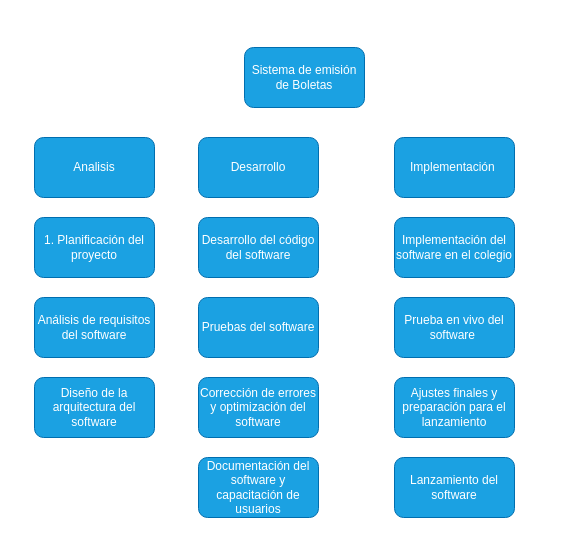
Before: dg_edt.drawio in JonaNomas/diagramas, a draw.io diagram. Source tidied: cells renumbered, new cells numbered last; positions are measured from the earlier drawing's top-left corner, leaving out a move shared by most shapes. Both pictures are drawn from the tidied source at 100%, with x=0, y=0 at pixel (34, 47).
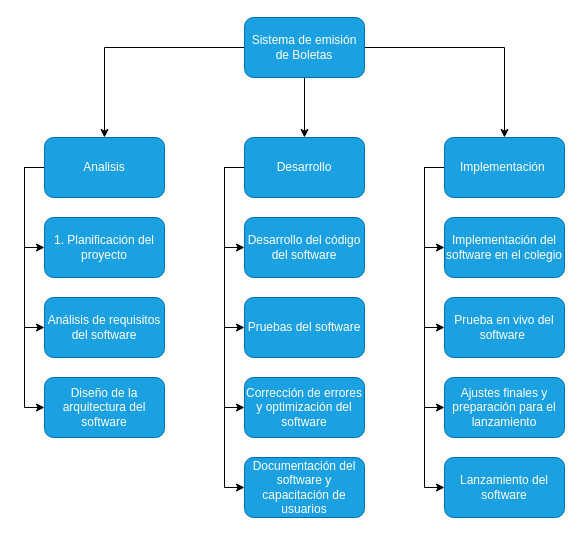
The same diagram, later.

The edit, as a diff of the source:
```diff
@@
+    <mxCell id="17" style="edgeStyle=orthogonalEdgeStyle;rounded=0;jettySize=auto;html=1;" parent="1" edge="1" source="2" target="4">
+      <mxGeometry relative="1" as="geometry" />
+    </mxCell>
+    <mxCell id="18" style="edgeStyle=orthogonalEdgeStyle;rounded=0;jettySize=auto;html=1;entryX=0.5;entryY=0;entryDx=0;entryDy=0;" parent="1" edge="1" source="2" target="3">
+      <mxGeometry relative="1" as="geometry" />
+    </mxCell>
+    <mxCell id="19" style="edgeStyle=orthogonalEdgeStyle;rounded=0;jettySize=auto;html=1;" parent="1" edge="1" source="2" target="5">
+      <mxGeometry relative="1" as="geometry" />
+    </mxCell>
     <mxCell id="2" value="Sistema de emisión&lt;br&gt;de Boletas" style="rounded=1;whiteSpace=wrap;html=1;fillColor=#1ba1e2;fontColor=#ffffff;strokeColor=#006EAF;" parent="1" vertex="1">
-      <mxGeometry x="210" width="120" height="60" as="geometry" />
+      <mxGeometry x="210" y="-30" width="120" height="60" as="geometry" />
     </mxCell>
+    <mxCell id="20" style="edgeStyle=orthogonalEdgeStyle;rounded=0;jettySize=auto;html=1;entryX=0;entryY=0.5;entryDx=0;entryDy=0;exitX=0;exitY=0.5;exitDx=0;exitDy=0;" parent="1" edge="1" source="3" target="8">
+      <mxGeometry relative="1" as="geometry" />
+    </mxCell>
+    <mxCell id="21" style="edgeStyle=orthogonalEdgeStyle;rounded=0;jettySize=auto;html=1;entryX=0;entryY=0.5;entryDx=0;entryDy=0;exitX=0;exitY=0.5;exitDx=0;exitDy=0;" parent="1" edge="1" source="3" target="9">
+      <mxGeometry relative="1" as="geometry" />
+    </mxCell>
+    <mxCell id="22" style="edgeStyle=orthogonalEdgeStyle;rounded=0;jettySize=auto;html=1;entryX=0;entryY=0.5;entryDx=0;entryDy=0;exitX=0;exitY=0.5;exitDx=0;exitDy=0;" parent="1" edge="1" source="3" target="10">
+      <mxGeometry relative="1" as="geometry" />
+    </mxCell>
+    <mxCell id="23" style="edgeStyle=orthogonalEdgeStyle;rounded=0;jettySize=auto;html=1;entryX=0;entryY=0.5;entryDx=0;entryDy=0;exitX=0;exitY=0.5;exitDx=0;exitDy=0;" parent="1" edge="1" source="3" target="12">
+      <mxGeometry relative="1" as="geometry" />
+    </mxCell>
     <mxCell id="3" value="Desarrollo" style="rounded=1;whiteSpace=wrap;html=1;fillColor=#1ba1e2;fontColor=#ffffff;strokeColor=#006EAF;" parent="1" vertex="1">
-      <mxGeometry x="164" y="90" width="120" height="60" as="geometry" />
+      <mxGeometry x="210" y="90" width="120" height="60" as="geometry" />
     </mxCell>
+    <mxCell id="24" style="edgeStyle=orthogonalEdgeStyle;rounded=0;jettySize=auto;html=1;entryX=0;entryY=0.5;entryDx=0;entryDy=0;exitX=0;exitY=0.5;exitDx=0;exitDy=0;" parent="1" edge="1" source="4" target="6">
+      <mxGeometry relative="1" as="geometry" />
+    </mxCell>
+    <mxCell id="25" style="edgeStyle=orthogonalEdgeStyle;rounded=0;jettySize=auto;html=1;entryX=0;entryY=0.5;entryDx=0;entryDy=0;exitX=0;exitY=0.5;exitDx=0;exitDy=0;" parent="1" edge="1" source="4" target="7">
+      <mxGeometry relative="1" as="geometry" />
+    </mxCell>
+    <mxCell id="26" style="edgeStyle=orthogonalEdgeStyle;rounded=0;jettySize=auto;html=1;entryX=0;entryY=0.5;entryDx=0;entryDy=0;exitX=0;exitY=0.5;exitDx=0;exitDy=0;" parent="1" edge="1" source="4" target="11">
+      <mxGeometry relative="1" as="geometry" />
+    </mxCell>
     <mxCell id="4" value="Analisis" style="rounded=1;whiteSpace=wrap;html=1;fillColor=#1ba1e2;fontColor=#ffffff;strokeColor=#006EAF;" parent="1" vertex="1">
-      <mxGeometry y="90" width="120" height="60" as="geometry" />
+      <mxGeometry x="10" y="90" width="120" height="60" as="geometry" />
     </mxCell>
+    <mxCell id="27" style="edgeStyle=orthogonalEdgeStyle;rounded=0;jettySize=auto;html=1;entryX=0;entryY=0.5;entryDx=0;entryDy=0;exitX=0;exitY=0.5;exitDx=0;exitDy=0;" parent="1" edge="1" source="5" target="13">
+      <mxGeometry relative="1" as="geometry" />
+    </mxCell>
+    <mxCell id="28" style="edgeStyle=orthogonalEdgeStyle;rounded=0;jettySize=auto;html=1;entryX=0;entryY=0.5;entryDx=0;entryDy=0;exitX=0;exitY=0.5;exitDx=0;exitDy=0;" parent="1" edge="1" source="5" target="14">
+      <mxGeometry relative="1" as="geometry" />
+    </mxCell>
+    <mxCell id="29" style="edgeStyle=orthogonalEdgeStyle;rounded=0;jettySize=auto;html=1;entryX=0;entryY=0.5;entryDx=0;entryDy=0;exitX=0;exitY=0.5;exitDx=0;exitDy=0;" parent="1" edge="1" source="5" target="15">
+      <mxGeometry relative="1" as="geometry" />
+    </mxCell>
+    <mxCell id="30" style="edgeStyle=orthogonalEdgeStyle;rounded=0;jettySize=auto;html=1;entryX=0;entryY=0.5;entryDx=0;entryDy=0;exitX=0;exitY=0.5;exitDx=0;exitDy=0;" parent="1" edge="1" source="5" target="16">
+      <mxGeometry relative="1" as="geometry" />
+    </mxCell>
     <mxCell id="5" value="Implementación&amp;nbsp;" style="rounded=1;whiteSpace=wrap;html=1;fillColor=#1ba1e2;fontColor=#ffffff;strokeColor=#006EAF;" parent="1" vertex="1">
-      <mxGeometry x="360" y="90" width="120" height="60" as="geometry" />
+      <mxGeometry x="410" y="90" width="120" height="60" as="geometry" />
     </mxCell>
     <mxCell id="6" value="1. Planificación del proyecto" style="rounded=1;whiteSpace=wrap;html=1;fillColor=#1ba1e2;fontColor=#ffffff;strokeColor=#006EAF;" parent="1" vertex="1">
-      <mxGeometry y="170" width="120" height="60" as="geometry" />
+      <mxGeometry x="10" y="170" width="120" height="60" as="geometry" />
     </mxCell>
     <mxCell id="7" value="Análisis de requisitos del software" style="rounded=1;whiteSpace=wrap;html=1;fillColor=#1ba1e2;fontColor=#ffffff;strokeColor=#006EAF;" parent="1" vertex="1">
-      <mxGeometry y="250" width="120" height="60" as="geometry" />
+      <mxGeometry x="10" y="250" width="120" height="60" as="geometry" />
     </mxCell>
     <mxCell id="8" value="Desarrollo del código del software" style="rounded=1;whiteSpace=wrap;html=1;fillColor=#1ba1e2;fontColor=#ffffff;strokeColor=#006EAF;" parent="1" vertex="1">
-      <mxGeometry x="164" y="170" width="120" height="60" as="geometry" />
+      <mxGeometry x="210" y="170" width="120" height="60" as="geometry" />
     </mxCell>
     <mxCell id="9" value="Pruebas del software" style="rounded=1;whiteSpace=wrap;html=1;fillColor=#1ba1e2;fontColor=#ffffff;strokeColor=#006EAF;" parent="1" vertex="1">
-      <mxGeometry x="164" y="250" width="120" height="60" as="geometry" />
+      <mxGeometry x="210" y="250" width="120" height="60" as="geometry" />
     </mxCell>
     <mxCell id="10" value="Corrección de errores y optimización del software" style="rounded=1;whiteSpace=wrap;html=1;fillColor=#1ba1e2;fontColor=#ffffff;strokeColor=#006EAF;" parent="1" vertex="1">
-      <mxGeometry x="164" y="330" width="120" height="60" as="geometry" />
+      <mxGeometry x="210" y="330" width="120" height="60" as="geometry" />
     </mxCell>
     <mxCell id="11" value="Diseño de la arquitectura del software" style="rounded=1;whiteSpace=wrap;html=1;fillColor=#1ba1e2;fontColor=#ffffff;strokeColor=#006EAF;" parent="1" vertex="1">
-      <mxGeometry y="330" width="120" height="60" as="geometry" />
+      <mxGeometry x="10" y="330" width="120" height="60" as="geometry" />
     </mxCell>
     <mxCell id="12" value="Documentación del software y capacitación de usuarios" style="rounded=1;whiteSpace=wrap;html=1;fillColor=#1ba1e2;fontColor=#ffffff;strokeColor=#006EAF;" parent="1" vertex="1">
-      <mxGeometry x="164" y="410" width="120" height="60" as="geometry" />
+      <mxGeometry x="210" y="410" width="120" height="60" as="geometry" />
     </mxCell>
     <mxCell id="13" value="Implementación del software en el colegio" style="rounded=1;whiteSpace=wrap;html=1;fillColor=#1ba1e2;fontColor=#ffffff;strokeColor=#006EAF;" parent="1" vertex="1">
-      <mxGeometry x="360" y="170" width="120" height="60" as="geometry" />
+      <mxGeometry x="410" y="170" width="120" height="60" as="geometry" />
     </mxCell>
     <mxCell id="14" value="Prueba en vivo del software&amp;nbsp;" style="rounded=1;whiteSpace=wrap;html=1;fillColor=#1ba1e2;fontColor=#ffffff;strokeColor=#006EAF;" parent="1" vertex="1">
-      <mxGeometry x="360" y="250" width="120" height="60" as="geometry" />
+      <mxGeometry x="410" y="250" width="120" height="60" as="geometry" />
     </mxCell>
     <mxCell id="15" value="Ajustes finales y preparación para el lanzamiento" style="rounded=1;whiteSpace=wrap;html=1;fillColor=#1ba1e2;fontColor=#ffffff;strokeColor=#006EAF;" parent="1" vertex="1">
-      <mxGeometry x="360" y="330" width="120" height="60" as="geometry" />
+      <mxGeometry x="410" y="330" width="120" height="60" as="geometry" />
     </mxCell>
     <mxCell id="16" value="Lanzamiento del software" style="rounded=1;whiteSpace=wrap;html=1;fillColor=#1ba1e2;fontColor=#ffffff;strokeColor=#006EAF;" parent="1" vertex="1">
-      <mxGeometry x="360" y="410" width="120" height="60" as="geometry" />
+      <mxGeometry x="410" y="410" width="120" height="60" as="geometry" />
     </mxCell>
```
